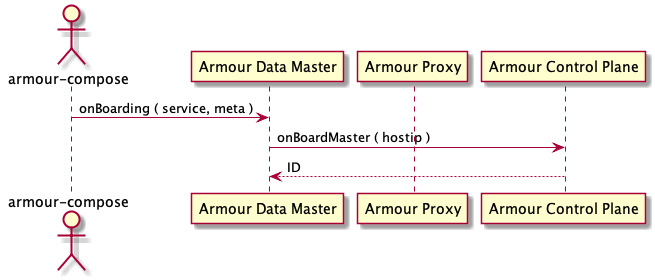
ARM-software/armour keeps this PlantUML diagram as rust/experimental/ctrl-plane/src/diagram.png. Above is the earlier version.
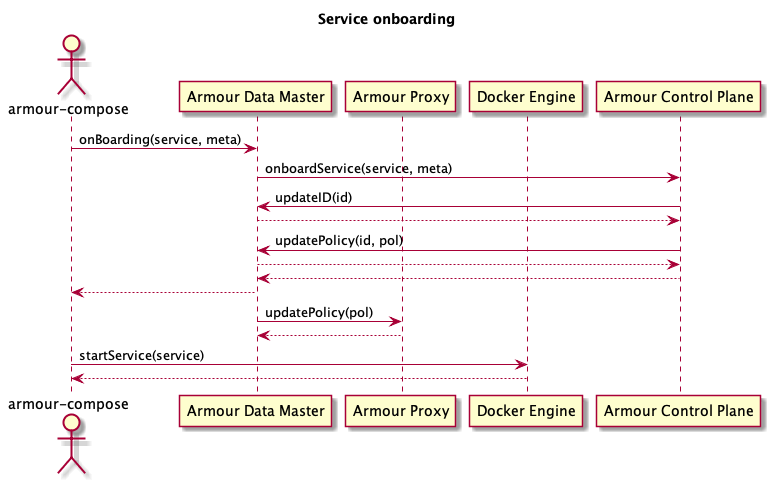
The same diagram one commit later.

Commit message:
update UML diagrams

Diff of the diagram source:
```diff
@@ -1,9 +1,21 @@
 @startuml
+title Service onboarding
 actor "armour-compose" as ac
 participant "Armour Data Master" as dm
 participant "Armour Proxy" as proxy
+participant "Docker Engine" as de
 participant "Armour Control Plane" as cp
-ac -> dm : onBoarding ( service, meta )
-dm -> cp : onBoardMaster ( hostip )
-cp --> dm : ID
+
+ac -> dm : onBoarding(service, meta)
+dm -> cp : onboardService(service, meta)
+cp -> dm : updateID(id)
+dm --> cp
+cp -> dm : updatePolicy(id, pol)
+dm --> cp
+cp --> dm
+dm --> ac
+dm -> proxy : updatePolicy(pol)
+proxy --> dm
+ac -> de : startService(service)
+de --> ac
 @enduml
```
